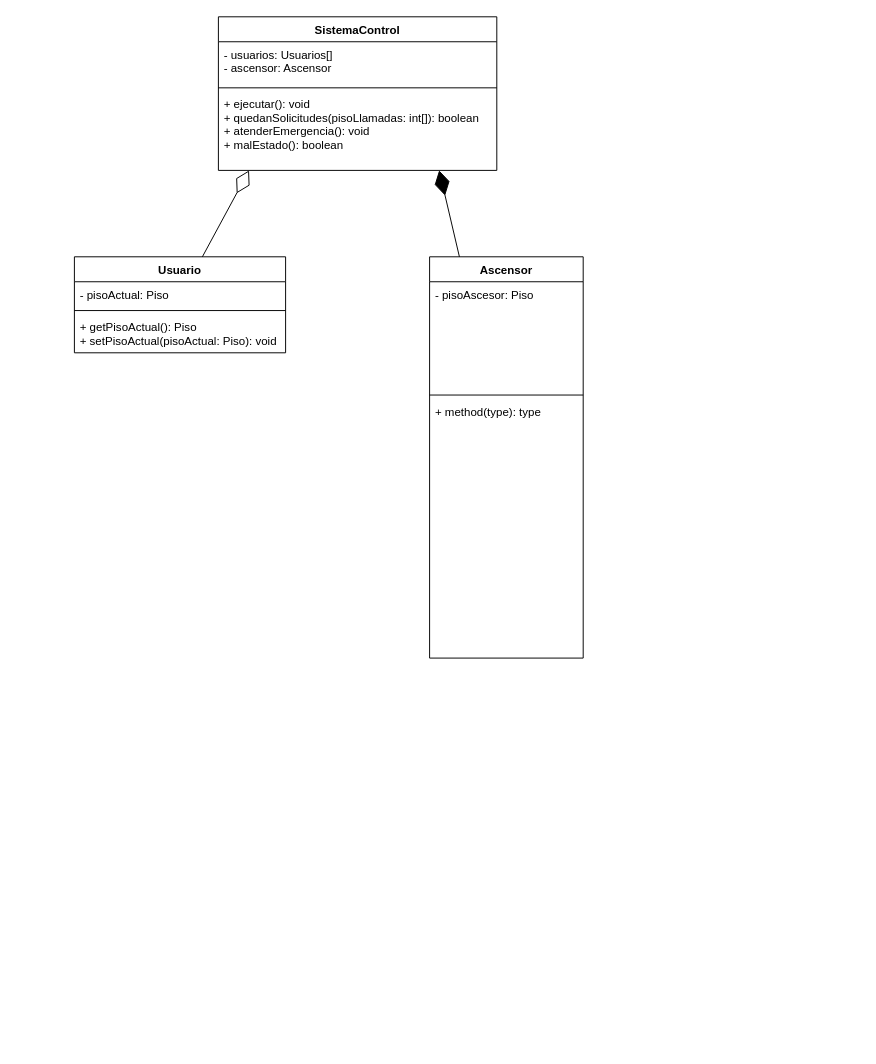
KevinRCorrales/Momento3 keeps this draw.io diagram as SistemaAscensor.drawio. Above is the earlier version. Source tidied: cells renumbered, new cells numbered last; positions are measured from the earlier drawing's top-left corner, leaving out a move shared by most shapes. Both pictures are drawn from the tidied source at 96%, with x=0, y=0 at pixel (74, 16).
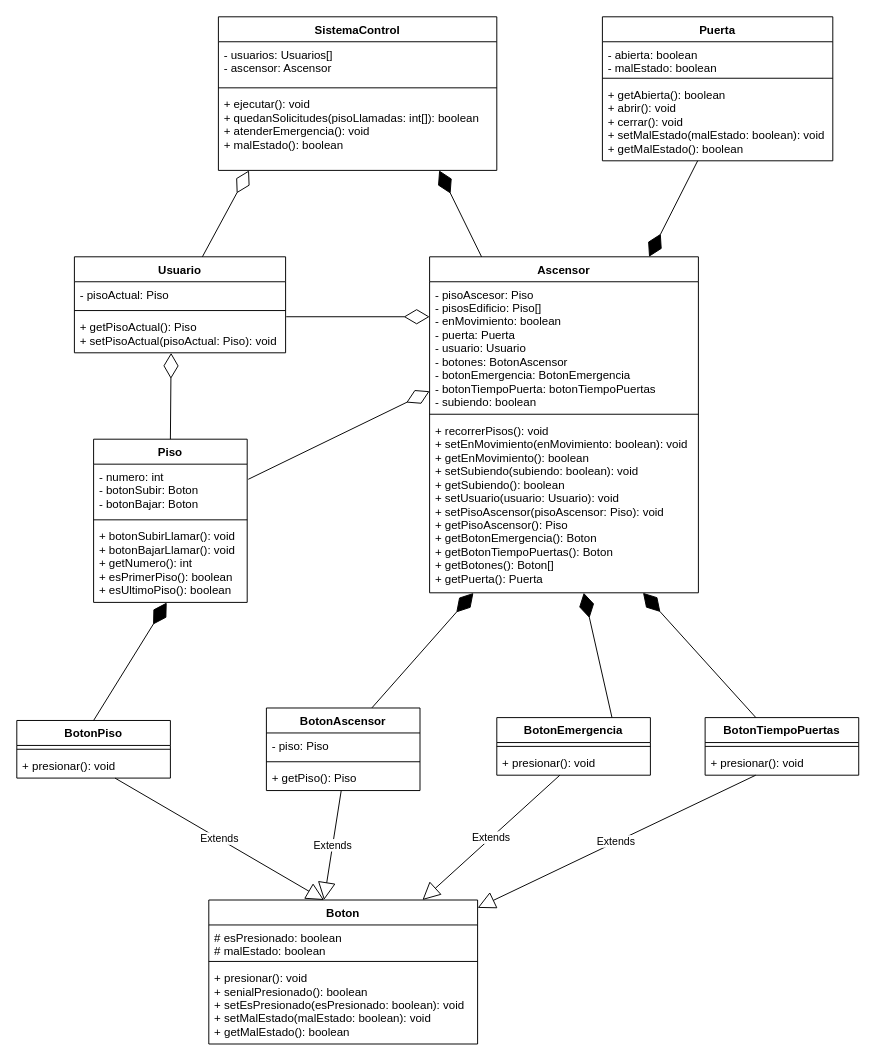
After the change.

Commit message (it also covers changes not shown here):
Añadiendo método para Puerta, diagrama completo en drawio

The change refers to these unchanged cells:
```xml
<mxCell id="9" value="+ getPisoActual(): Piso&#10;+ setPisoActual(pisoActual: Piso): void" style="text;strokeColor=none;fillColor=none;align=left;verticalAlign=top;spacingLeft=4;spacingRight=4;overflow=hidden;points=[[0,0.5],[1,0.5]];portConstraint=eastwest;" parent="6" vertex="1">
  <mxGeometry y="60" width="220" height="40" as="geometry" />
</mxCell>
```

Change to the diagram source:
```diff
@@
     <mxCell id="11" value="Ascensor" style="swimlane;fontStyle=1;align=center;verticalAlign=top;horizontal=1;startSize=26;" parent="1" vertex="1">
-      <mxGeometry x="370" y="250" width="160" height="418" as="geometry" />
+      <mxGeometry x="370" y="250" width="280" height="350" as="geometry" />
     </mxCell>
-    <mxCell id="12" value="- pisoAscesor: Piso&#10;" style="text;strokeColor=none;fillColor=none;align=left;verticalAlign=top;spacingLeft=4;spacingRight=4;overflow=hidden;points=[[0,0.5],[1,0.5]];portConstraint=eastwest;" parent="11" vertex="1">
-      <mxGeometry y="26" width="160" height="114" as="geometry" />
+    <mxCell id="12" value="- pisoAscesor: Piso&#10;- pisosEdificio: Piso[]&#10;- enMovimiento: boolean&#10;- puerta: Puerta&#10;- usuario: Usuario&#10;- botones: BotonAscensor&#10;- botonEmergencia: BotonEmergencia&#10;- botonTiempoPuerta: botonTiempoPuertas&#10;- subiendo: boolean" style="text;strokeColor=none;fillColor=none;align=left;verticalAlign=top;spacingLeft=4;spacingRight=4;overflow=hidden;points=[[0,0.5],[1,0.5]];portConstraint=eastwest;" parent="11" vertex="1">
+      <mxGeometry y="26" width="280" height="134" as="geometry" />
     </mxCell>
     <mxCell id="13" style="line;strokeWidth=1;fillColor=none;align=left;verticalAlign=middle;spacingTop=-1;spacingLeft=3;spacingRight=3;labelPosition=right;strokeColor=inherit;" parent="11" vertex="1">
-      <mxGeometry y="140" width="160" height="8" as="geometry" />
+      <mxGeometry y="160" width="280" height="8" as="geometry" />
     </mxCell>
-    <mxCell id="14" value="+ method(type): type" style="text;strokeColor=none;fillColor=none;align=left;verticalAlign=top;spacingLeft=4;spacingRight=4;overflow=hidden;points=[[0,0.5],[1,0.5]];portConstraint=eastwest;" parent="11" vertex="1">
-      <mxGeometry y="148" width="160" height="270" as="geometry" />
+    <mxCell id="14" value="+ recorrerPisos(): void&#10;+ setEnMovimiento(enMovimiento: boolean): void&#10;+ getEnMovimiento(): boolean&#10;+ setSubiendo(subiendo: boolean): void&#10;+ getSubiendo(): boolean&#10;+ setUsuario(usuario: Usuario): void&#10;+ setPisoAscensor(pisoAscensor: Piso): void&#10;+ getPisoAscensor(): Piso&#10;+ getBotonEmergencia(): Boton&#10;+ getBotonTiempoPuertas(): Boton&#10;+ getBotones(): Boton[]&#10;+ getPuerta(): Puerta" style="text;strokeColor=none;fillColor=none;align=left;verticalAlign=top;spacingLeft=4;spacingRight=4;overflow=hidden;points=[[0,0.5],[1,0.5]];portConstraint=eastwest;" parent="11" vertex="1">
+      <mxGeometry y="168" width="280" height="182" as="geometry" />
     </mxCell>
@@
+    <mxCell id="16" style="endArrow=diamondThin;endFill=0;endSize=24;html=1;exitX=1.003;exitY=0.061;exitDx=0;exitDy=0;exitPerimeter=0;entryX=0;entryY=0.272;entryDx=0;entryDy=0;entryPerimeter=0;" parent="1" edge="1" source="9" target="12">
+      <mxGeometry relative="1" as="geometry" />
+    </mxCell>
+    <mxCell id="17" value="Piso" style="swimlane;fontStyle=1;align=center;verticalAlign=top;horizontal=1;startSize=26;" parent="1" vertex="1">
+      <mxGeometry x="20" y="440" width="160" height="170" as="geometry" />
+    </mxCell>
+    <mxCell id="18" value="- numero: int&#10;- botonSubir: Boton&#10;- botonBajar: Boton" style="text;strokeColor=none;fillColor=none;align=left;verticalAlign=top;spacingLeft=4;spacingRight=4;overflow=hidden;points=[[0,0.5],[1,0.5]];portConstraint=eastwest;" parent="17" vertex="1">
+      <mxGeometry y="26" width="160" height="54" as="geometry" />
+    </mxCell>
+    <mxCell id="19" style="line;strokeWidth=1;fillColor=none;align=left;verticalAlign=middle;spacingTop=-1;spacingLeft=3;spacingRight=3;labelPosition=right;strokeColor=inherit;" parent="17" vertex="1">
+      <mxGeometry y="80" width="160" height="8" as="geometry" />
+    </mxCell>
+    <mxCell id="20" value="+ botonSubirLlamar(): void&#10;+ botonBajarLlamar(): void&#10;+ getNumero(): int&#10;+ esPrimerPiso(): boolean&#10;+ esUltimoPiso(): boolean" style="text;strokeColor=none;fillColor=none;align=left;verticalAlign=top;spacingLeft=4;spacingRight=4;overflow=hidden;points=[[0,0.5],[1,0.5]];portConstraint=eastwest;" parent="17" vertex="1">
+      <mxGeometry y="88" width="160" height="82" as="geometry" />
+    </mxCell>
+    <mxCell id="21" style="endArrow=diamondThin;endFill=0;endSize=24;html=1;exitX=0.5;exitY=0;exitDx=0;exitDy=0;entryX=0.458;entryY=1.003;entryDx=0;entryDy=0;entryPerimeter=0;" parent="1" edge="1" source="17" target="9">
+      <mxGeometry relative="1" as="geometry" />
+    </mxCell>
+    <mxCell id="22" style="endArrow=diamondThin;endFill=0;endSize=24;html=1;exitX=1.007;exitY=0.292;exitDx=0;exitDy=0;exitPerimeter=0;entryX=0;entryY=0.851;entryDx=0;entryDy=0;entryPerimeter=0;" parent="1" edge="1" source="18" target="12">
+      <mxGeometry relative="1" as="geometry" />
+    </mxCell>
+    <mxCell id="23" value="Boton" style="swimlane;fontStyle=1;align=center;verticalAlign=top;horizontal=1;startSize=26;" parent="1" vertex="1">
+      <mxGeometry x="140" y="920" width="280" height="150" as="geometry" />
+    </mxCell>
+    <mxCell id="24" value="# esPresionado: boolean&#10;# malEstado: boolean" style="text;strokeColor=none;fillColor=none;align=left;verticalAlign=top;spacingLeft=4;spacingRight=4;overflow=hidden;" parent="23" vertex="1">
+      <mxGeometry y="26" width="280" height="34" as="geometry" />
+    </mxCell>
+    <mxCell id="25" style="line;strokeWidth=1;fillColor=none;align=left;verticalAlign=middle;spacingTop=-1;spacingLeft=3;spacingRight=3;labelPosition=right;strokeColor=inherit;" parent="23" vertex="1">
+      <mxGeometry y="60" width="280" height="8" as="geometry" />
+    </mxCell>
+    <mxCell id="26" value="+ presionar(): void&#10;+ senialPresionado(): boolean&#10;+ setEsPresionado(esPresionado: boolean): void&#10;+ setMalEstado(malEstado: boolean): void&#10;+ getMalEstado(): boolean" style="text;strokeColor=none;fillColor=none;align=left;verticalAlign=top;spacingLeft=4;spacingRight=4;overflow=hidden;" parent="23" vertex="1">
+      <mxGeometry y="68" width="280" height="82" as="geometry" />
+    </mxCell>
+    <mxCell id="27" value="BotonAscensor" style="swimlane;fontStyle=1;align=center;verticalAlign=top;horizontal=1;startSize=26;" parent="1" vertex="1">
+      <mxGeometry x="200" y="720" width="160" height="86" as="geometry" />
+    </mxCell>
+    <mxCell id="28" value="- piso: Piso" style="text;strokeColor=none;fillColor=none;align=left;verticalAlign=top;spacingLeft=4;spacingRight=4;overflow=hidden;" parent="27" vertex="1">
+      <mxGeometry y="26" width="160" height="26" as="geometry" />
+    </mxCell>
+    <mxCell id="29" style="line;strokeWidth=1;fillColor=none;align=left;verticalAlign=middle;spacingTop=-1;spacingLeft=3;spacingRight=3;labelPosition=right;strokeColor=inherit;" parent="27" vertex="1">
+      <mxGeometry y="52" width="160" height="8" as="geometry" />
+    </mxCell>
+    <mxCell id="30" value="+ getPiso(): Piso" style="text;strokeColor=none;fillColor=none;align=left;verticalAlign=top;spacingLeft=4;spacingRight=4;overflow=hidden;points=[[0,0.5],[1,0.5]];portConstraint=eastwest;" parent="27" vertex="1">
+      <mxGeometry y="60" width="160" height="26" as="geometry" />
+    </mxCell>
+    <mxCell id="31" value="BotonEmergencia" style="swimlane;fontStyle=1;align=center;verticalAlign=top;horizontal=1;startSize=26;" parent="1" vertex="1">
+      <mxGeometry x="440" y="730" width="160" height="60" as="geometry" />
+    </mxCell>
+    <mxCell id="32" style="line;strokeWidth=1;fillColor=none;align=left;verticalAlign=middle;spacingTop=-1;spacingLeft=3;spacingRight=3;labelPosition=right;strokeColor=inherit;" parent="31" vertex="1">
+      <mxGeometry y="26" width="160" height="8" as="geometry" />
+    </mxCell>
+    <mxCell id="33" value="+ presionar(): void" style="text;strokeColor=none;fillColor=none;align=left;verticalAlign=top;spacingLeft=4;spacingRight=4;overflow=hidden;points=[[0,0.5],[1,0.5]];portConstraint=eastwest;" parent="31" vertex="1">
+      <mxGeometry y="34" width="160" height="26" as="geometry" />
+    </mxCell>
+    <mxCell id="34" value="BotonPiso" style="swimlane;fontStyle=1;align=center;verticalAlign=top;horizontal=1;startSize=26;" parent="1" vertex="1">
+      <mxGeometry x="-60" y="733" width="160" height="60" as="geometry" />
+    </mxCell>
+    <mxCell id="35" style="line;strokeWidth=1;fillColor=none;align=left;verticalAlign=middle;spacingTop=-1;spacingLeft=3;spacingRight=3;labelPosition=right;strokeColor=inherit;" parent="34" vertex="1">
+      <mxGeometry y="26" width="160" height="8" as="geometry" />
+    </mxCell>
+    <mxCell id="36" value="+ presionar(): void" style="text;strokeColor=none;fillColor=none;align=left;verticalAlign=top;spacingLeft=4;spacingRight=4;overflow=hidden;points=[[0,0.5],[1,0.5]];portConstraint=eastwest;" parent="34" vertex="1">
+      <mxGeometry y="34" width="160" height="26" as="geometry" />
+    </mxCell>
+    <mxCell id="37" style="endArrow=diamondThin;endFill=1;endSize=24;html=1;exitX=0.5;exitY=0;exitDx=0;exitDy=0;entryX=0.476;entryY=1.002;entryDx=0;entryDy=0;entryPerimeter=0;" parent="1" edge="1" source="34" target="20">
+      <mxGeometry relative="1" as="geometry" />
+    </mxCell>
+    <mxCell id="38" style="endArrow=diamondThin;endFill=1;endSize=24;html=1;exitX=0.687;exitY=-0.002;exitDx=0;exitDy=0;exitPerimeter=0;entryX=0.163;entryY=1.001;entryDx=0;entryDy=0;entryPerimeter=0;" parent="1" edge="1" source="27" target="14">
+      <mxGeometry relative="1" as="geometry" />
+    </mxCell>
+    <mxCell id="39" style="endArrow=diamondThin;endFill=1;endSize=24;html=1;exitX=0.75;exitY=0;exitDx=0;exitDy=0;" parent="1" edge="1" source="31" target="14">
+      <mxGeometry relative="1" as="geometry" />
+    </mxCell>
+    <mxCell id="40" value="Extends" style="endArrow=block;endSize=16;endFill=0;html=1;" parent="1" edge="1" source="36">
+      <mxGeometry relative="1" as="geometry">
+        <mxPoint x="260" y="920" as="targetPoint" />
+      </mxGeometry>
+    </mxCell>
+    <mxCell id="41" value="Extends" style="endArrow=block;endSize=16;endFill=0;html=1;" parent="1" edge="1" source="30">
+      <mxGeometry relative="1" as="geometry">
+        <mxPoint x="260" y="920" as="targetPoint" />
+      </mxGeometry>
+    </mxCell>
+    <mxCell id="42" value="Extends" style="endArrow=block;endSize=16;endFill=0;html=1;" parent="1" edge="1" source="33" target="23">
+      <mxGeometry relative="1" as="geometry" />
+    </mxCell>
+    <mxCell id="43" value="BotonTiempoPuertas" style="swimlane;fontStyle=1;align=center;verticalAlign=top;horizontal=1;startSize=26;" parent="1" vertex="1">
+      <mxGeometry x="657" y="730" width="160" height="60" as="geometry" />
+    </mxCell>
+    <mxCell id="44" style="line;strokeWidth=1;fillColor=none;align=left;verticalAlign=middle;spacingTop=-1;spacingLeft=3;spacingRight=3;labelPosition=right;strokeColor=inherit;" parent="43" vertex="1">
+      <mxGeometry y="26" width="160" height="8" as="geometry" />
+    </mxCell>
+    <mxCell id="45" value="+ presionar(): void" style="text;strokeColor=none;fillColor=none;align=left;verticalAlign=top;spacingLeft=4;spacingRight=4;overflow=hidden;points=[[0,0.5],[1,0.5]];portConstraint=eastwest;" parent="43" vertex="1">
+      <mxGeometry y="34" width="160" height="26" as="geometry" />
+    </mxCell>
+    <mxCell id="46" style="endArrow=diamondThin;endFill=1;endSize=24;html=1;" parent="1" edge="1" source="43" target="14">
+      <mxGeometry relative="1" as="geometry" />
+    </mxCell>
+    <mxCell id="47" value="Extends" style="endArrow=block;endSize=16;endFill=0;html=1;" parent="1" edge="1" source="45" target="23">
+      <mxGeometry relative="1" as="geometry" />
+    </mxCell>
+    <mxCell id="48" value="Puerta" style="swimlane;fontStyle=1;align=center;verticalAlign=top;horizontal=1;startSize=26;" parent="1" vertex="1">
+      <mxGeometry x="550" width="240" height="150" as="geometry" />
+    </mxCell>
+    <mxCell id="49" value="- abierta: boolean&#10;- malEstado: boolean" style="text;strokeColor=none;fillColor=none;align=left;verticalAlign=top;spacingLeft=4;spacingRight=4;overflow=hidden;" parent="48" vertex="1">
+      <mxGeometry y="26" width="240" height="34" as="geometry" />
+    </mxCell>
+    <mxCell id="50" style="line;strokeWidth=1;fillColor=none;align=left;verticalAlign=middle;spacingTop=-1;spacingLeft=3;spacingRight=3;labelPosition=right;strokeColor=inherit;" parent="48" vertex="1">
+      <mxGeometry y="60" width="240" height="8" as="geometry" />
+    </mxCell>
+    <mxCell id="51" value="+ getAbierta(): boolean&#10;+ abrir(): void&#10;+ cerrar(): void&#10;+ setMalEstado(malEstado: boolean): void&#10;+ getMalEstado(): boolean" style="text;strokeColor=none;fillColor=none;align=left;verticalAlign=top;spacingLeft=4;spacingRight=4;overflow=hidden;points=[[0,0.5],[1,0.5]];portConstraint=eastwest;" parent="48" vertex="1">
+      <mxGeometry y="68" width="240" height="82" as="geometry" />
+    </mxCell>
+    <mxCell id="52" style="endArrow=diamondThin;endFill=1;endSize=24;html=1;" parent="1" edge="1" source="51" target="11">
+      <mxGeometry relative="1" as="geometry" />
+    </mxCell>
```
